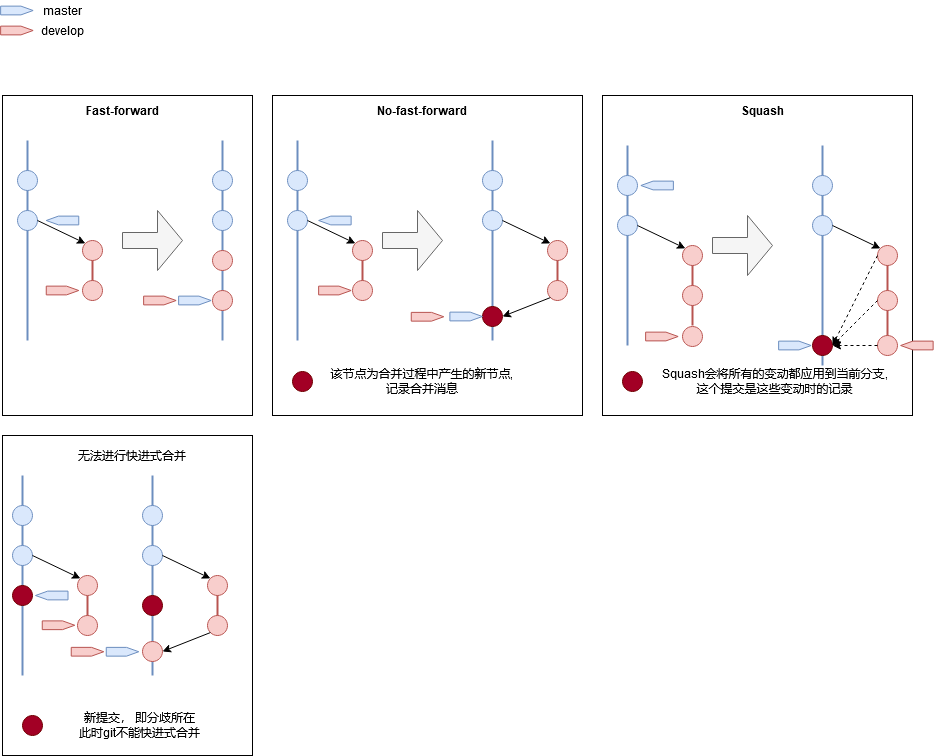
alreadytakenn/images keeps this draw.io diagram as gitBranchModel/waysofMerge.png. Above is the earlier version. Source tidied: cells renumbered, new cells last; positions are measured from the earlier drawing's top-left corner, leaving out a move shared by most shapes.
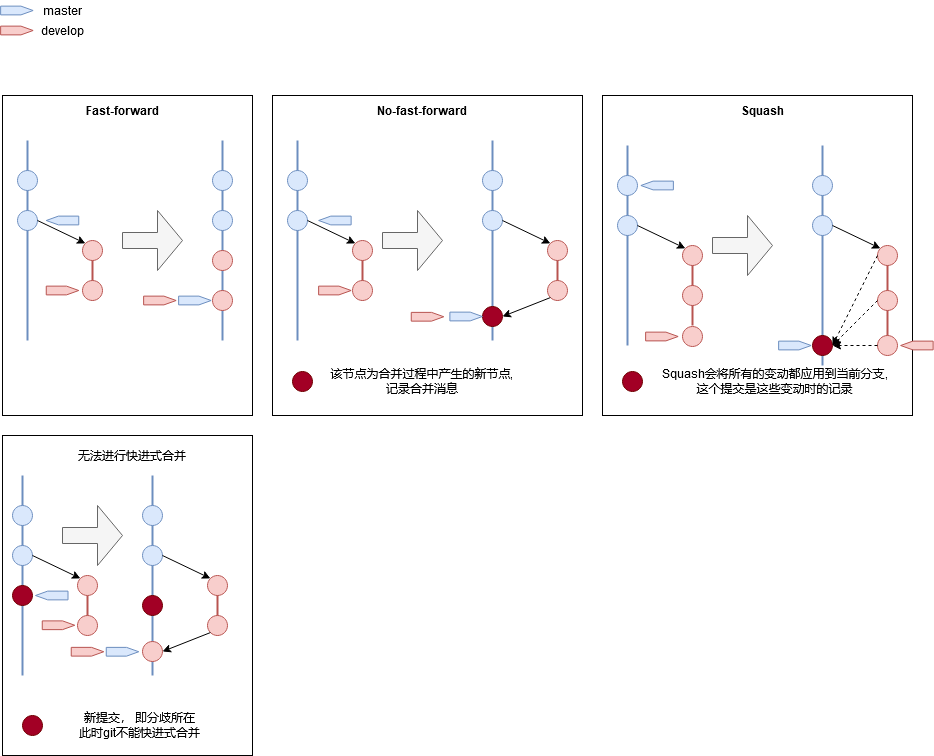
Above is the later version.

Change to the diagram source:
```diff
@@ -321,5 +321,8 @@
     <mxCell id="104" style="shape=offPageConnector;whiteSpace=wrap;html=1;rotation=-90;fillColor=#f8cecc;strokeColor=#b85450;" parent="1" vertex="1">
       <mxGeometry x="80.6" y="641" width="8.8" height="32.5" as="geometry" />
     </mxCell>
+    <mxCell id="105" style="shape=singleArrow;whiteSpace=wrap;html=1;fillColor=#f5f5f5;arrowWidth=0.26666666666666666;arrowSize=0.4166666666666667;strokeColor=#666666;fontColor=#333333;" parent="1" vertex="1">
+      <mxGeometry x="60" y="511" width="60" height="60" as="geometry" />
+    </mxCell>
   </root>
 </mxGraphModel>
```
